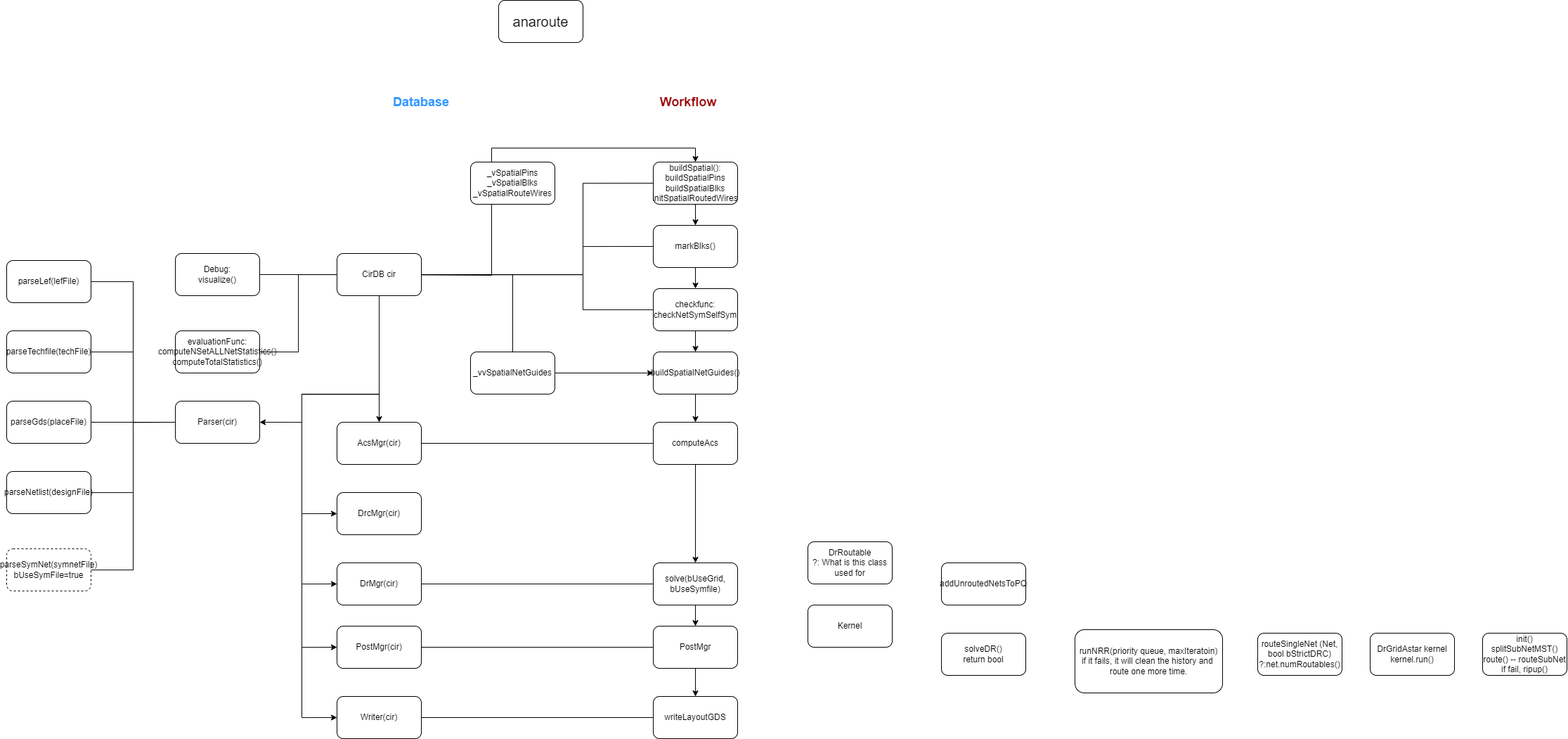
Above: anaroute.drawio.png in ajiann/drawio (draw.io), before the change. Source tidied: cells renumbered, new cells last; positions are measured from the earlier drawing's top-left corner, leaving out a move shared by most shapes.
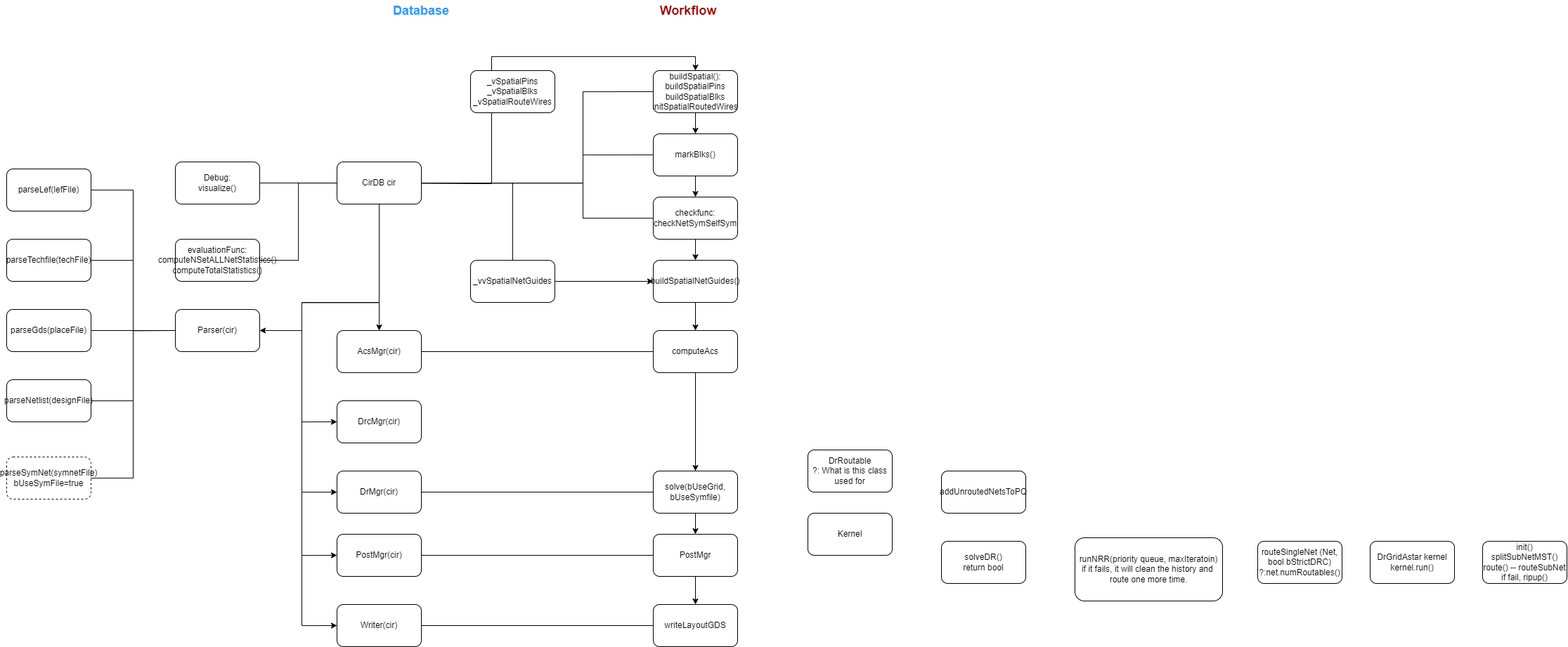
The same file after the commit.

Change to the diagram source:
```diff
@@ -2,9 +2,6 @@
   <root>
     <mxCell id="0" />
     <mxCell id="1" parent="0" />
-    <mxCell id="2" value="&lt;font style=&quot;font-size: 20px;&quot;&gt;anaroute&lt;/font&gt;" style="rounded=1;whiteSpace=wrap;html=1;" parent="1" vertex="1">
-      <mxGeometry x="700" width="120" height="60" as="geometry" />
-    </mxCell>
     <mxCell id="3" style="edgeStyle=orthogonalEdgeStyle;rounded=0;jettySize=auto;html=1;entryX=1;entryY=0.5;entryDx=0;entryDy=0;endArrow=none;endFill=0;" parent="1" edge="1" source="16" target="30">
       <mxGeometry relative="1" as="geometry" />
     </mxCell>
```
